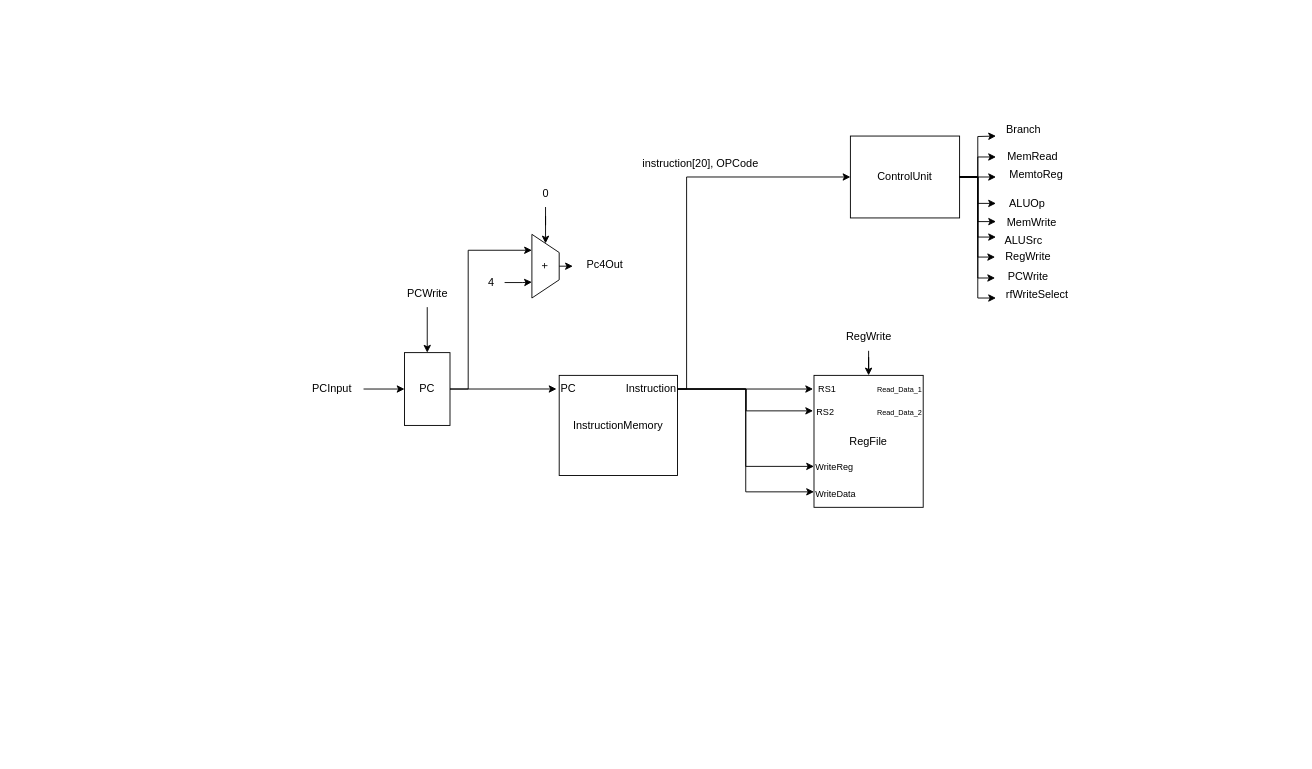
Above: Diagram/pipelinedDiagram.drawio in F23-Omar-Bavly-Architecture/pipelinedRV32 (draw.io), before the change. Source tidied: cells renumbered, new cells numbered last; positions are measured from the earlier drawing's top-left corner, leaving out a move shared by most shapes. Both pictures are drawn from the tidied source at 91%, with x=0, y=0 at pixel (299, 116).
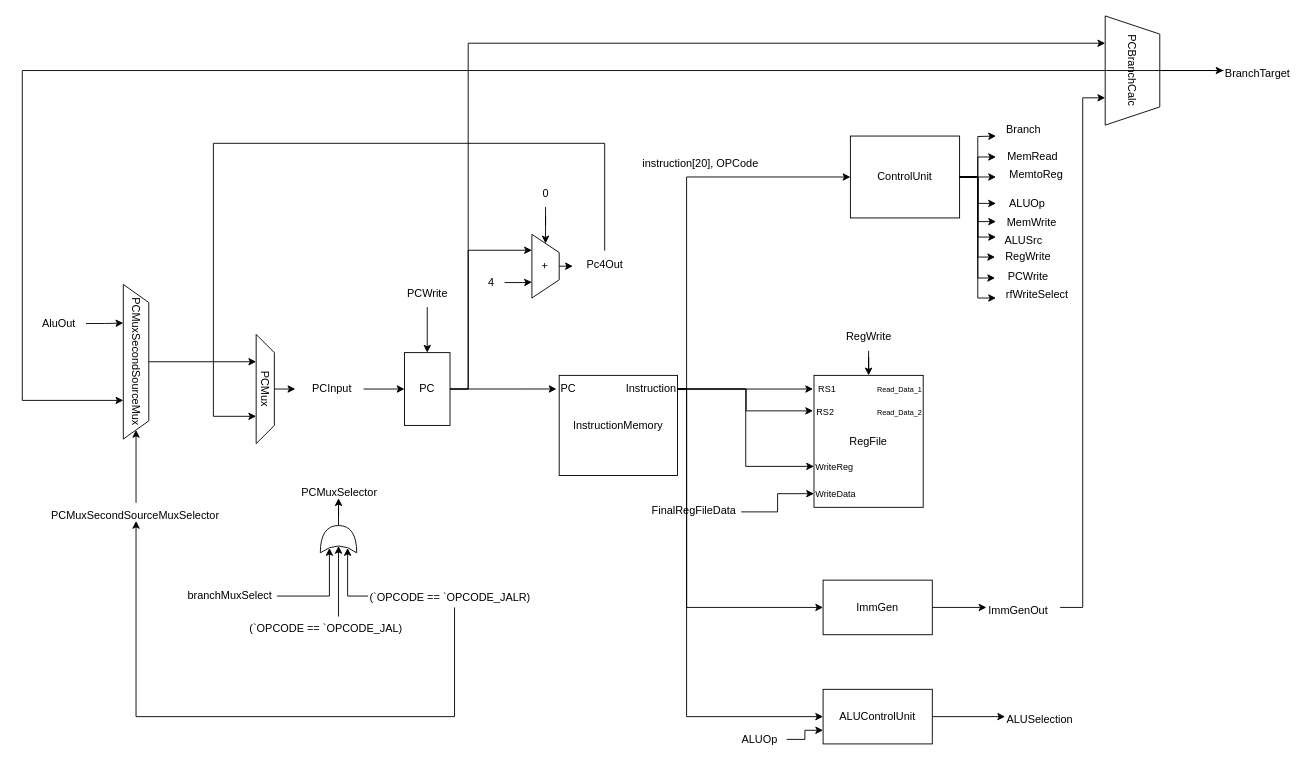
After the change.

The change refers to these unchanged cells:
```xml
<mxCell id="4" value="PC" style="rounded=0;whiteSpace=wrap;html=1;" parent="1" vertex="1">
  <mxGeometry x="115" y="260" width="50" height="80" as="geometry" />
</mxCell>
<mxCell id="11" value="PCInput" style="text;html=1;align=center;verticalAlign=middle;points=[];strokeColor=none;fillColor=none;" parent="1" vertex="1">
  <mxGeometry y="285" width="70" height="30" as="geometry" />
</mxCell>
<mxCell id="14" value="Pc4Out" style="text;html=1;align=center;verticalAlign=middle;points=[];strokeColor=none;fillColor=none;" parent="1" vertex="1">
  <mxGeometry x="305" y="148" width="60" height="30" as="geometry" />
</mxCell>
<mxCell id="47" value="&lt;font size=&quot;1&quot;&gt;WriteData&lt;/font&gt;" style="text;html=1;align=left;verticalAlign=middle;points=[];strokeColor=none;fillColor=none;" parent="43" vertex="1">
  <mxGeometry y="115" width="70" height="30" as="geometry" />
</mxCell>
<mxCell id="54" value="Instruction" style="text;html=1;align=right;verticalAlign=middle;points=[];strokeColor=none;fillColor=none;" parent="51" vertex="1">
  <mxGeometry x="50" width="80" height="30" as="geometry" />
</mxCell>
```

Change to the diagram source:
```diff
@@
+    <mxCell id="55" style="edgeStyle=orthogonalEdgeStyle;rounded=0;jettySize=auto;html=1;entryX=0.25;entryY=1;entryDx=0;entryDy=0;" parent="1" edge="1" source="4" target="71">
+      <mxGeometry relative="1" as="geometry">
+        <Array as="points">
+          <mxPoint x="185" y="300" />
+          <mxPoint x="185" y="-80" />
+        </Array>
+      </mxGeometry>
+    </mxCell>
@@
+    <mxCell id="56" style="edgeStyle=orthogonalEdgeStyle;rounded=0;jettySize=auto;html=1;entryX=0.75;entryY=1;entryDx=0;entryDy=0;" parent="1" edge="1" source="14" target="90">
+      <mxGeometry relative="1" as="geometry">
+        <Array as="points">
+          <mxPoint x="335" y="30" />
+          <mxPoint x="-95" y="30" />
+          <mxPoint x="-95" y="330" />
+        </Array>
+      </mxGeometry>
+    </mxCell>
@@
-    <mxCell id="42" style="edgeStyle=orthogonalEdgeStyle;rounded=0;jettySize=auto;html=1;entryX=0;entryY=0.433;entryDx=0;entryDy=0;entryPerimeter=0;" parent="1" edge="1" source="54" target="47">
-      <mxGeometry relative="1" as="geometry" />
-    </mxCell>
@@
+    <mxCell id="57" style="edgeStyle=orthogonalEdgeStyle;rounded=0;jettySize=auto;html=1;" parent="1" edge="1" source="58" target="47">
+      <mxGeometry relative="1" as="geometry" />
+    </mxCell>
+    <mxCell id="58" value="FinalRegFileData" style="text;whiteSpace=wrap;" parent="1" vertex="1">
+      <mxGeometry x="385" y="420" width="100" height="30" as="geometry" />
+    </mxCell>
+    <mxCell id="59" style="edgeStyle=orthogonalEdgeStyle;rounded=0;jettySize=auto;html=1;entryX=0;entryY=0.5;entryDx=0;entryDy=0;" parent="1" edge="1" source="60" target="63">
+      <mxGeometry relative="1" as="geometry" />
+    </mxCell>
+    <mxCell id="60" value="ImmGen" style="rounded=0;whiteSpace=wrap;html=1;" parent="1" vertex="1">
+      <mxGeometry x="575" y="510" width="120" height="60" as="geometry" />
+    </mxCell>
+    <mxCell id="61" style="edgeStyle=orthogonalEdgeStyle;rounded=0;jettySize=auto;html=1;entryX=0;entryY=0.5;entryDx=0;entryDy=0;" parent="1" edge="1" source="54" target="60">
+      <mxGeometry relative="1" as="geometry">
+        <Array as="points">
+          <mxPoint x="425" y="300" />
+          <mxPoint x="425" y="540" />
+        </Array>
+      </mxGeometry>
+    </mxCell>
+    <mxCell id="62" style="edgeStyle=orthogonalEdgeStyle;rounded=0;jettySize=auto;html=1;entryX=0.75;entryY=1;entryDx=0;entryDy=0;" parent="1" edge="1" source="63" target="71">
+      <mxGeometry relative="1" as="geometry" />
+    </mxCell>
+    <mxCell id="63" value="ImmGenOut" style="text;whiteSpace=wrap;" parent="1" vertex="1">
+      <mxGeometry x="754.5" y="530" width="81" height="20" as="geometry" />
+    </mxCell>
+    <mxCell id="64" style="edgeStyle=orthogonalEdgeStyle;rounded=0;jettySize=auto;html=1;exitX=1;exitY=0.5;exitDx=0;exitDy=0;entryX=0;entryY=0.5;entryDx=0;entryDy=0;" parent="1" edge="1" source="65" target="69">
+      <mxGeometry relative="1" as="geometry" />
+    </mxCell>
+    <mxCell id="65" value="ALUControlUnit" style="rounded=0;whiteSpace=wrap;html=1;" parent="1" vertex="1">
+      <mxGeometry x="575" y="630" width="120" height="60" as="geometry" />
+    </mxCell>
+    <mxCell id="66" style="edgeStyle=orthogonalEdgeStyle;rounded=0;jettySize=auto;html=1;entryX=0;entryY=0.5;entryDx=0;entryDy=0;" parent="1" edge="1" source="54" target="65">
+      <mxGeometry relative="1" as="geometry">
+        <Array as="points">
+          <mxPoint x="425" y="300" />
+          <mxPoint x="425" y="660" />
+        </Array>
+      </mxGeometry>
+    </mxCell>
+    <mxCell id="67" style="edgeStyle=orthogonalEdgeStyle;rounded=0;jettySize=auto;html=1;entryX=0;entryY=0.75;entryDx=0;entryDy=0;" parent="1" edge="1" source="68" target="65">
+      <mxGeometry relative="1" as="geometry" />
+    </mxCell>
+    <mxCell id="68" value="ALUOp" style="text;html=1;align=center;verticalAlign=middle;points=[];strokeColor=none;fillColor=none;" parent="1" vertex="1">
+      <mxGeometry x="475" y="670" width="60" height="30" as="geometry" />
+    </mxCell>
+    <mxCell id="69" value="ALUSelection" style="text;whiteSpace=wrap;" parent="1" vertex="1">
+      <mxGeometry x="775" y="650" width="80" height="20" as="geometry" />
+    </mxCell>
+    <mxCell id="70" style="edgeStyle=orthogonalEdgeStyle;rounded=0;jettySize=auto;html=1;entryX=0;entryY=0.5;entryDx=0;entryDy=0;" parent="1" edge="1" source="71" target="73">
+      <mxGeometry relative="1" as="geometry" />
+    </mxCell>
+    <mxCell id="71" value="PCBranchCalc" style="shape=trapezoid;perimeter=trapezoidPerimeter;whiteSpace=wrap;html=1;fixedSize=1;rotation=90;" parent="1" vertex="1">
+      <mxGeometry x="855" y="-80" width="120" height="60" as="geometry" />
+    </mxCell>
+    <mxCell id="72" style="edgeStyle=orthogonalEdgeStyle;rounded=0;jettySize=auto;html=1;entryX=0.75;entryY=1;entryDx=0;entryDy=0;" parent="1" edge="1" source="73" target="87">
+      <mxGeometry relative="1" as="geometry">
+        <Array as="points">
+          <mxPoint x="-305" y="-50" />
+          <mxPoint x="-305" y="313" />
+        </Array>
+      </mxGeometry>
+    </mxCell>
+    <mxCell id="73" value="BranchTarget" style="text;whiteSpace=wrap;" parent="1" vertex="1">
+      <mxGeometry x="1015" y="-60" width="80" height="20" as="geometry" />
+    </mxCell>
+    <mxCell id="74" value="PCMuxSelector" style="text;whiteSpace=wrap;" parent="1" vertex="1">
+      <mxGeometry y="400" width="85" height="20" as="geometry" />
+    </mxCell>
+    <mxCell id="75" style="edgeStyle=orthogonalEdgeStyle;rounded=0;jettySize=auto;html=1;entryX=0.5;entryY=1;entryDx=0;entryDy=0;" parent="1" edge="1" source="76" target="74">
+      <mxGeometry relative="1" as="geometry" />
+    </mxCell>
+    <mxCell id="76" style="shape=xor;whiteSpace=wrap;html=1;rotation=-90;" parent="1" vertex="1">
+      <mxGeometry x="27.5" y="445" width="30" height="40" as="geometry" />
+    </mxCell>
+    <mxCell id="77" value="branchMuxSelect" style="text;whiteSpace=wrap;" parent="1" vertex="1">
+      <mxGeometry x="-125" y="512.5" width="100" height="30" as="geometry" />
+    </mxCell>
+    <mxCell id="78" value="(`OPCODE == `OPCODE_JAL)" style="text;whiteSpace=wrap;" parent="1" vertex="1">
+      <mxGeometry x="-57.5" y="550" width="200" height="40" as="geometry" />
+    </mxCell>
+    <mxCell id="79" style="edgeStyle=orthogonalEdgeStyle;rounded=0;jettySize=auto;html=1;entryX=0.25;entryY=0.5;entryDx=0;entryDy=0;entryPerimeter=0;" parent="1" edge="1" source="78" target="76">
+      <mxGeometry relative="1" as="geometry" />
+    </mxCell>
+    <mxCell id="80" style="edgeStyle=orthogonalEdgeStyle;rounded=0;jettySize=auto;html=1;entryX=0.5;entryY=1;entryDx=0;entryDy=0;" parent="1" edge="1" source="81" target="84">
+      <mxGeometry relative="1" as="geometry">
+        <Array as="points">
+          <mxPoint x="170" y="660" />
+          <mxPoint x="-180" y="660" />
+        </Array>
+      </mxGeometry>
+    </mxCell>
+    <mxCell id="81" value="(`OPCODE == `OPCODE_JALR)" style="text;whiteSpace=wrap;" parent="1" vertex="1">
+      <mxGeometry x="75" y="515" width="190" height="25" as="geometry" />
+    </mxCell>
+    <mxCell id="82" style="edgeStyle=orthogonalEdgeStyle;rounded=0;jettySize=auto;html=1;entryX=0.175;entryY=0.75;entryDx=0;entryDy=0;entryPerimeter=0;" parent="1" edge="1" source="81" target="76">
+      <mxGeometry relative="1" as="geometry" />
+    </mxCell>
+    <mxCell id="83" style="edgeStyle=orthogonalEdgeStyle;rounded=0;jettySize=auto;html=1;entryX=1;entryY=0.5;entryDx=0;entryDy=0;" parent="1" edge="1" source="84" target="87">
+      <mxGeometry relative="1" as="geometry" />
+    </mxCell>
+    <mxCell id="84" value="PCMuxSecondSourceMuxSelector" style="text;whiteSpace=wrap;" parent="1" vertex="1">
+      <mxGeometry x="-275" y="425" width="190" height="20" as="geometry" />
+    </mxCell>
+    <mxCell id="85" style="edgeStyle=orthogonalEdgeStyle;rounded=0;jettySize=auto;html=1;entryX=0.175;entryY=0.25;entryDx=0;entryDy=0;entryPerimeter=0;" parent="1" edge="1" source="77" target="76">
+      <mxGeometry relative="1" as="geometry" />
+    </mxCell>
+    <mxCell id="86" style="edgeStyle=orthogonalEdgeStyle;rounded=0;jettySize=auto;html=1;exitX=0.5;exitY=0;exitDx=0;exitDy=0;entryX=0.25;entryY=1;entryDx=0;entryDy=0;" parent="1" edge="1" source="87" target="90">
+      <mxGeometry relative="1" as="geometry" />
+    </mxCell>
+    <mxCell id="87" value="PCMuxSecondSourceMux" style="shape=trapezoid;perimeter=trapezoidPerimeter;whiteSpace=wrap;html=1;fixedSize=1;rotation=90;" parent="1" vertex="1">
+      <mxGeometry x="-265" y="256" width="170" height="28" as="geometry" />
+    </mxCell>
+    <mxCell id="88" style="edgeStyle=orthogonalEdgeStyle;rounded=0;jettySize=auto;html=1;entryX=0.25;entryY=1;entryDx=0;entryDy=0;" parent="1" edge="1" source="89" target="87">
+      <mxGeometry relative="1" as="geometry" />
+    </mxCell>
+    <mxCell id="89" value="AluOut" style="text;html=1;align=center;verticalAlign=middle;points=[];strokeColor=none;fillColor=none;" parent="1" vertex="1">
+      <mxGeometry x="-295" y="213" width="60" height="30" as="geometry" />
+    </mxCell>
+    <mxCell id="90" value="PCMux" style="shape=trapezoid;perimeter=trapezoidPerimeter;whiteSpace=wrap;html=1;fixedSize=1;rotation=90;" parent="1" vertex="1">
+      <mxGeometry x="-98" y="290" width="120" height="20" as="geometry" />
+    </mxCell>
+    <mxCell id="91" style="edgeStyle=orthogonalEdgeStyle;rounded=0;jettySize=auto;html=1;exitX=0.5;exitY=0;exitDx=0;exitDy=0;entryX=-0.071;entryY=0.5;entryDx=0;entryDy=0;entryPerimeter=0;" parent="1" edge="1" source="90" target="11">
+      <mxGeometry relative="1" as="geometry" />
+    </mxCell>
```
